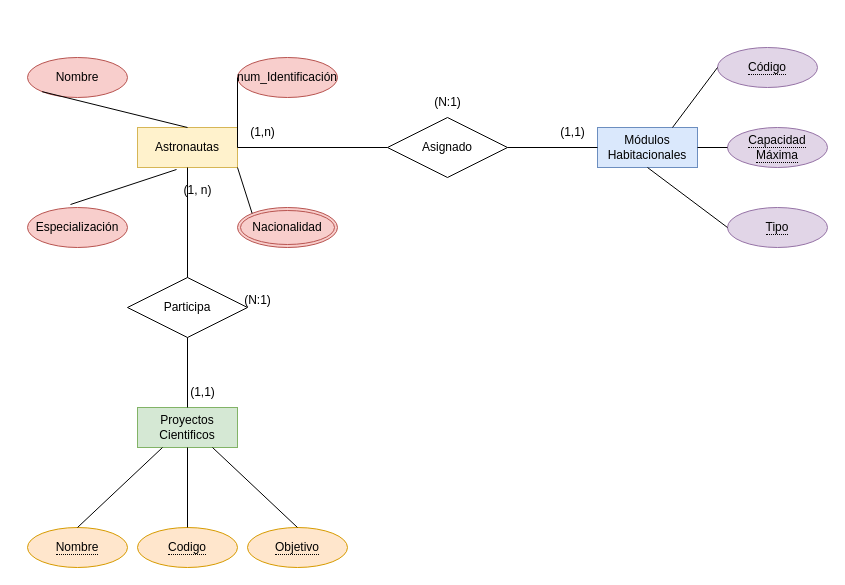
Earlier version of the draw.io diagram Primer Laboratorio.drawio (SebassX69/DiagramasDB). Source tidied: cells renumbered, new cells numbered last; positions are measured from the earlier drawing's top-left corner, leaving out a move shared by most shapes. Both pictures are drawn from the tidied source at 100%, with x=0, y=0 at pixel (27, 47).
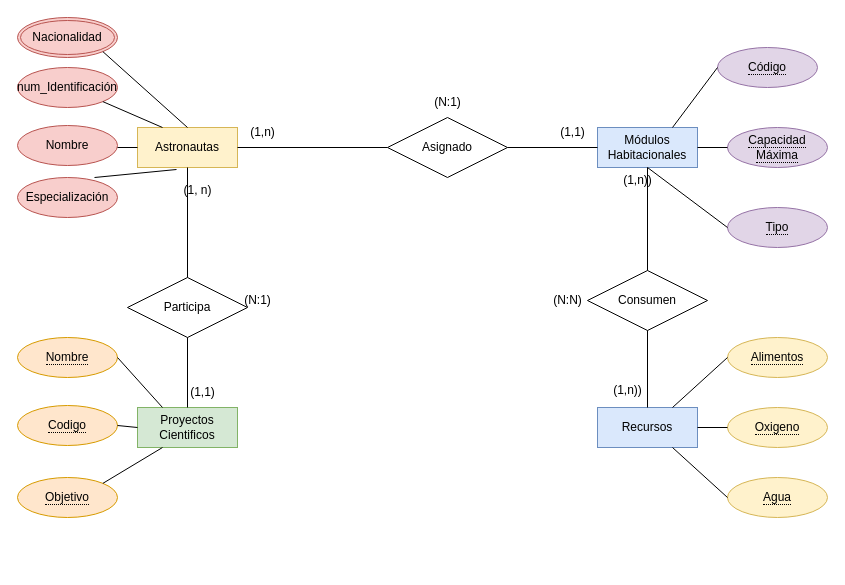
The same diagram, later.

Unchanged cells that the change refers to:
```xml
<mxCell id="2" value="Astronautas" style="whiteSpace=wrap;html=1;align=center;fillColor=#fff2cc;strokeColor=#d6b656;" parent="1" vertex="1">
  <mxGeometry x="110" y="80" width="100" height="40" as="geometry" />
</mxCell>
<mxCell id="11" value="Módulos Habitacionales" style="whiteSpace=wrap;html=1;align=center;fillColor=#dae8fc;strokeColor=#6c8ebf;" parent="1" vertex="1">
  <mxGeometry x="570" y="80" width="100" height="40" as="geometry" />
</mxCell>
<mxCell id="24" value="Proyectos Cientificos" style="whiteSpace=wrap;html=1;align=center;fillColor=#d5e8d4;strokeColor=#82b366;" parent="1" vertex="1">
  <mxGeometry x="110" y="360" width="100" height="40" as="geometry" />
</mxCell>
```

Diff of the diagram source:
```diff
@@
     <mxCell id="3" value="Nombre" style="ellipse;whiteSpace=wrap;html=1;align=center;fillColor=#f8cecc;strokeColor=#b85450;" parent="1" vertex="1">
-      <mxGeometry y="10" width="100" height="40" as="geometry" />
+      <mxGeometry x="-10" y="78" width="100" height="40" as="geometry" />
     </mxCell>
     <mxCell id="4" value="num_Identificación" style="ellipse;whiteSpace=wrap;html=1;align=center;fillColor=#f8cecc;strokeColor=#b85450;" parent="1" vertex="1">
-      <mxGeometry x="210" y="10" width="100" height="40" as="geometry" />
+      <mxGeometry x="-10" y="20" width="100" height="40" as="geometry" />
     </mxCell>
     <mxCell id="5" value="Nacionalidad" style="ellipse;shape=doubleEllipse;margin=3;whiteSpace=wrap;html=1;align=center;fillColor=#f8cecc;strokeColor=#b85450;" parent="1" vertex="1">
-      <mxGeometry x="210" y="160" width="100" height="40" as="geometry" />
+      <mxGeometry x="-10" y="-30" width="100" height="40" as="geometry" />
     </mxCell>
     <mxCell id="6" value="Especialización" style="ellipse;whiteSpace=wrap;html=1;align=center;fillColor=#f8cecc;strokeColor=#b85450;" parent="1" vertex="1">
-      <mxGeometry y="160" width="100" height="40" as="geometry" />
+      <mxGeometry x="-10" y="130" width="100" height="40" as="geometry" />
     </mxCell>
-    <mxCell id="7" style="endArrow=none;html=1;rounded=0;exitX=0.5;exitY=0;exitDx=0;exitDy=0;entryX=0;entryY=1;entryDx=0;entryDy=0;" parent="1" edge="1" source="2" target="3">
-      <mxGeometry relative="1" as="geometry" />
+    <mxCell id="7" style="endArrow=none;html=1;rounded=0;exitX=0;exitY=0.5;exitDx=0;exitDy=0;" parent="1" edge="1" source="2">
+      <mxGeometry relative="1" as="geometry">
+        <mxPoint x="90" y="100" as="targetPoint" />
+      </mxGeometry>
     </mxCell>
-    <mxCell id="8" style="endArrow=none;html=1;rounded=0;exitX=1;exitY=0.5;exitDx=0;exitDy=0;entryX=0;entryY=0.5;entryDx=0;entryDy=0;" parent="1" edge="1" source="2" target="4">
+    <mxCell id="8" style="endArrow=none;html=1;rounded=0;exitX=0.25;exitY=0;exitDx=0;exitDy=0;entryX=1;entryY=1;entryDx=0;entryDy=0;" parent="1" edge="1" source="2" target="4">
       <mxGeometry relative="1" as="geometry" />
     </mxCell>
-    <mxCell id="9" style="endArrow=none;html=1;rounded=0;exitX=1;exitY=1;exitDx=0;exitDy=0;entryX=0;entryY=0;entryDx=0;entryDy=0;" parent="1" edge="1" source="2" target="5">
+    <mxCell id="9" style="endArrow=none;html=1;rounded=0;exitX=0.5;exitY=0;exitDx=0;exitDy=0;entryX=1;entryY=1;entryDx=0;entryDy=0;" parent="1" edge="1" source="2" target="5">
       <mxGeometry relative="1" as="geometry" />
     </mxCell>
-    <mxCell id="10" style="endArrow=none;html=1;rounded=0;exitX=0.39;exitY=1.05;exitDx=0;exitDy=0;entryX=0.43;entryY=-0.075;entryDx=0;entryDy=0;exitPerimeter=0;entryPerimeter=0;" parent="1" edge="1" source="2" target="6">
+    <mxCell id="10" style="endArrow=none;html=1;rounded=0;exitX=0.39;exitY=1.05;exitDx=0;exitDy=0;entryX=0.77;entryY=0;entryDx=0;entryDy=0;exitPerimeter=0;entryPerimeter=0;" parent="1" edge="1" source="2" target="6">
       <mxGeometry relative="1" as="geometry" />
     </mxCell>
@@
     <mxCell id="25" value="&lt;span style=&quot;border-bottom: 1px dotted&quot;&gt;Nombre&lt;/span&gt;" style="ellipse;whiteSpace=wrap;html=1;align=center;fillColor=#ffe6cc;strokeColor=#d79b00;" parent="1" vertex="1">
-      <mxGeometry y="480" width="100" height="40" as="geometry" />
+      <mxGeometry x="-10" y="290" width="100" height="40" as="geometry" />
     </mxCell>
     <mxCell id="26" value="&lt;span style=&quot;border-bottom: 1px dotted&quot;&gt;Codigo&lt;/span&gt;" style="ellipse;whiteSpace=wrap;html=1;align=center;fillColor=#ffe6cc;strokeColor=#d79b00;" parent="1" vertex="1">
-      <mxGeometry x="110" y="480" width="100" height="40" as="geometry" />
+      <mxGeometry x="-10" y="358" width="100" height="40" as="geometry" />
     </mxCell>
     <mxCell id="27" value="&lt;span style=&quot;border-bottom: 1px dotted&quot;&gt;Objetivo&lt;/span&gt;" style="ellipse;whiteSpace=wrap;html=1;align=center;fillColor=#ffe6cc;strokeColor=#d79b00;" parent="1" vertex="1">
-      <mxGeometry x="220" y="480" width="100" height="40" as="geometry" />
+      <mxGeometry x="-10" y="430" width="100" height="40" as="geometry" />
     </mxCell>
-    <mxCell id="28" style="endArrow=none;html=1;rounded=0;exitX=0.25;exitY=1;exitDx=0;exitDy=0;entryX=0.5;entryY=0;entryDx=0;entryDy=0;" parent="1" edge="1" source="24" target="25">
+    <mxCell id="28" style="endArrow=none;html=1;rounded=0;exitX=0.25;exitY=0;exitDx=0;exitDy=0;entryX=1;entryY=0.5;entryDx=0;entryDy=0;" parent="1" edge="1" source="24" target="25">
       <mxGeometry relative="1" as="geometry" />
     </mxCell>
-    <mxCell id="29" style="endArrow=none;html=1;rounded=0;exitX=0.5;exitY=1;exitDx=0;exitDy=0;entryX=0.5;entryY=0;entryDx=0;entryDy=0;" parent="1" edge="1" source="24" target="26">
+    <mxCell id="29" style="endArrow=none;html=1;rounded=0;exitX=0;exitY=0.5;exitDx=0;exitDy=0;entryX=1;entryY=0.5;entryDx=0;entryDy=0;" parent="1" edge="1" source="24" target="26">
       <mxGeometry relative="1" as="geometry" />
     </mxCell>
-    <mxCell id="30" style="endArrow=none;html=1;rounded=0;exitX=0.75;exitY=1;exitDx=0;exitDy=0;entryX=0.5;entryY=0;entryDx=0;entryDy=0;" parent="1" edge="1" source="24" target="27">
+    <mxCell id="30" style="endArrow=none;html=1;rounded=0;exitX=0.25;exitY=1;exitDx=0;exitDy=0;entryX=1;entryY=0;entryDx=0;entryDy=0;" parent="1" edge="1" source="24" target="27">
       <mxGeometry relative="1" as="geometry" />
     </mxCell>
@@
+    <mxCell id="37" value="Recursos" style="whiteSpace=wrap;html=1;align=center;fillColor=#dae8fc;strokeColor=#6c8ebf;" parent="1" vertex="1">
+      <mxGeometry x="570" y="360" width="100" height="40" as="geometry" />
+    </mxCell>
+    <mxCell id="38" value="&lt;span style=&quot;border-bottom: 1px dotted&quot;&gt;Alimentos&lt;/span&gt;" style="ellipse;whiteSpace=wrap;html=1;align=center;fillColor=#fff2cc;strokeColor=#d6b656;" parent="1" vertex="1">
+      <mxGeometry x="700" y="290" width="100" height="40" as="geometry" />
+    </mxCell>
+    <mxCell id="39" value="&lt;span style=&quot;border-bottom: 1px dotted&quot;&gt;Oxigeno&lt;/span&gt;" style="ellipse;whiteSpace=wrap;html=1;align=center;fillColor=#fff2cc;strokeColor=#d6b656;" parent="1" vertex="1">
+      <mxGeometry x="700" y="360" width="100" height="40" as="geometry" />
+    </mxCell>
+    <mxCell id="40" value="&lt;span style=&quot;border-bottom: 1px dotted&quot;&gt;Agua&lt;/span&gt;" style="ellipse;whiteSpace=wrap;html=1;align=center;fillColor=#fff2cc;strokeColor=#d6b656;" parent="1" vertex="1">
+      <mxGeometry x="700" y="430" width="100" height="40" as="geometry" />
+    </mxCell>
+    <mxCell id="41" style="endArrow=none;html=1;rounded=0;entryX=0;entryY=0.5;entryDx=0;entryDy=0;exitX=0.75;exitY=0;exitDx=0;exitDy=0;" parent="1" edge="1" source="37" target="38">
+      <mxGeometry relative="1" as="geometry" />
+    </mxCell>
+    <mxCell id="42" style="endArrow=none;html=1;rounded=0;entryX=0;entryY=0.5;entryDx=0;entryDy=0;exitX=1;exitY=0.5;exitDx=0;exitDy=0;" parent="1" edge="1" source="37" target="39">
+      <mxGeometry relative="1" as="geometry" />
+    </mxCell>
+    <mxCell id="43" style="endArrow=none;html=1;rounded=0;entryX=0;entryY=0.5;entryDx=0;entryDy=0;exitX=0.75;exitY=1;exitDx=0;exitDy=0;" parent="1" edge="1" source="37" target="40">
+      <mxGeometry relative="1" as="geometry" />
+    </mxCell>
+    <mxCell id="44" value="Consumen" style="shape=rhombus;perimeter=rhombusPerimeter;whiteSpace=wrap;html=1;align=center;" parent="1" vertex="1">
+      <mxGeometry x="560" y="223" width="120" height="60" as="geometry" />
+    </mxCell>
+    <mxCell id="45" style="endArrow=none;html=1;rounded=0;exitX=0.5;exitY=1;exitDx=0;exitDy=0;entryX=0.5;entryY=0;entryDx=0;entryDy=0;" parent="1" edge="1" source="11" target="44">
+      <mxGeometry relative="1" as="geometry" />
+    </mxCell>
+    <mxCell id="46" style="endArrow=none;html=1;rounded=0;exitX=0.5;exitY=1;exitDx=0;exitDy=0;entryX=0.5;entryY=0;entryDx=0;entryDy=0;" parent="1" edge="1" source="44" target="37">
+      <mxGeometry relative="1" as="geometry" />
+    </mxCell>
+    <mxCell id="47" value="(1,n))" style="text;html=1;align=center;verticalAlign=middle;strokeColor=none;fillColor=none;" parent="1" vertex="1">
+      <mxGeometry x="585" y="118" width="50" height="30" as="geometry" />
+    </mxCell>
+    <mxCell id="48" value="(1,n))" style="text;html=1;align=center;verticalAlign=middle;strokeColor=none;fillColor=none;" parent="1" vertex="1">
+      <mxGeometry x="575" y="328" width="50" height="30" as="geometry" />
+    </mxCell>
+    <mxCell id="49" value="(N:N)" style="text;html=1;align=center;verticalAlign=middle;strokeColor=none;fillColor=none;" parent="1" vertex="1">
+      <mxGeometry x="515" y="238" width="50" height="30" as="geometry" />
+    </mxCell>
```
